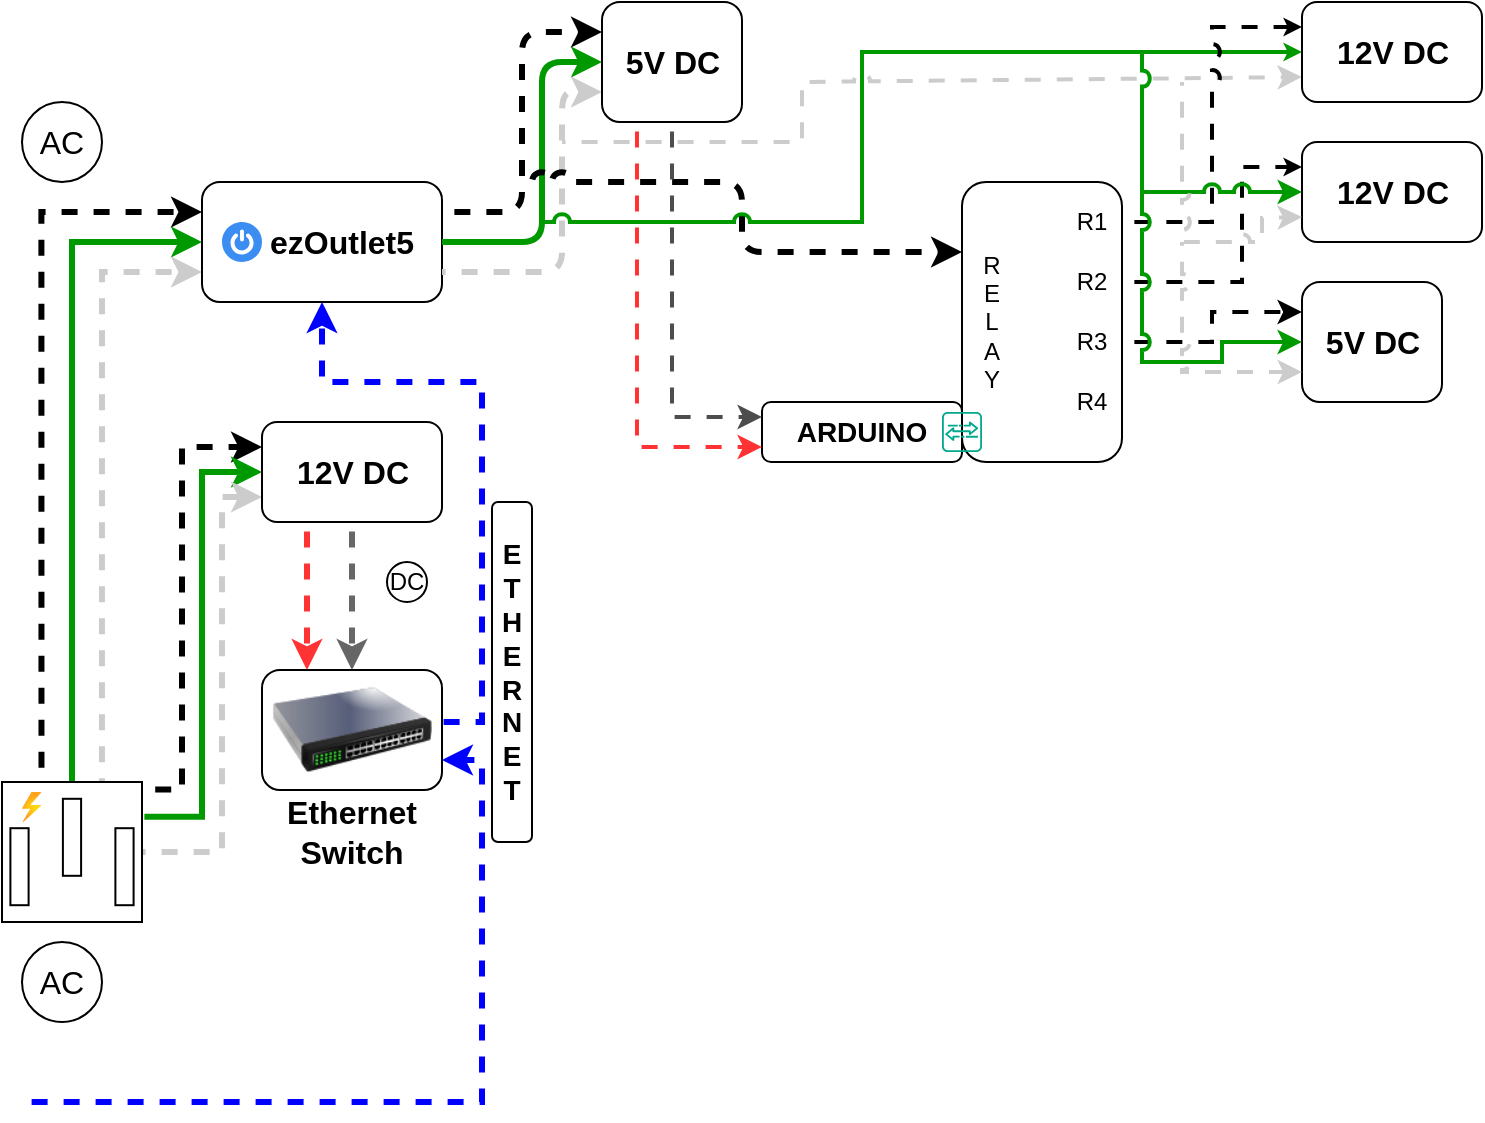
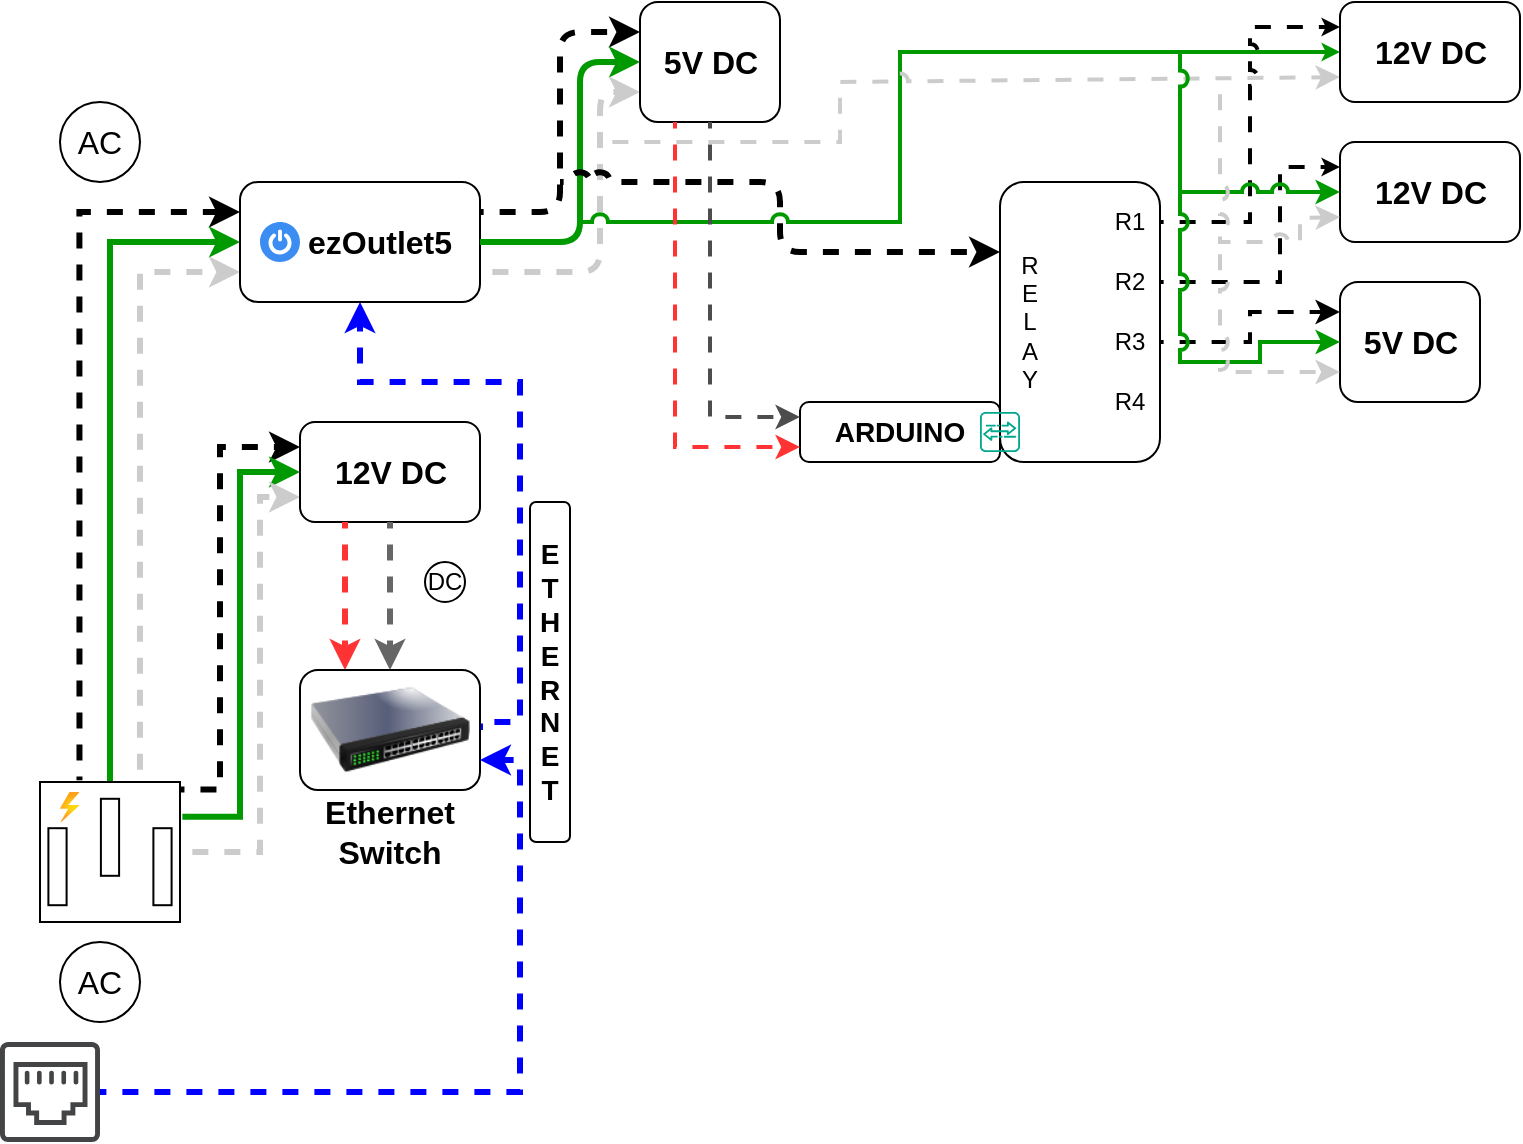
<mxfile host="app.diagrams.net" agent="Mozilla/5.0 (Windows NT 10.0; Win64; x64) AppleWebKit/537.36 (KHTML, like Gecko) Chrome/131.0.0.0 Safari/537.36 Edg/131.0.0.0" version="25.0.3">
  <diagram name="Page-1" id="VlRkN-xOVygPYa-iD9Ir">
-     <mxGraphModel dx="420" dy="263" grid="1" gridSize="10" guides="1" tooltips="1" connect="1" arrows="1" fold="1" page="1" pageScale="1" pageWidth="1600" pageHeight="900" background="none" math="0" shadow="0">
+     <mxGraphModel dx="292" dy="183" grid="1" gridSize="10" guides="1" tooltips="1" connect="1" arrows="1" fold="1" page="1" pageScale="1" pageWidth="1600" pageHeight="900" background="none" math="0" shadow="0">
      <root>
        <mxCell id="0" />
        <mxCell id="1" parent="0" />
        <mxCell id="JVLtuT8sySUBbFbLTn6r-3" style="edgeStyle=orthogonalEdgeStyle;rounded=0;orthogonalLoop=1;jettySize=auto;html=1;entryX=0;entryY=0.25;entryDx=0;entryDy=0;exitX=0.282;exitY=-0.013;exitDx=0;exitDy=0;exitPerimeter=0;strokeWidth=3;flowAnimation=1;flowAnimationDirection=alternate;flowAnimationTimingFunction=ease-in-out;flowAnimationDuration=1500;" parent="1" source="pD8juBFKP1GN8B8eYQTb-1" target="pD8juBFKP1GN8B8eYQTb-3" edge="1">
          <mxGeometry relative="1" as="geometry" />
        </mxCell>
        <mxCell id="JVLtuT8sySUBbFbLTn6r-4" style="edgeStyle=orthogonalEdgeStyle;rounded=0;orthogonalLoop=1;jettySize=auto;html=1;exitX=0.5;exitY=0;exitDx=0;exitDy=0;exitPerimeter=0;entryX=0;entryY=0.5;entryDx=0;entryDy=0;strokeColor=#009900;strokeWidth=3;" parent="1" source="pD8juBFKP1GN8B8eYQTb-1" target="pD8juBFKP1GN8B8eYQTb-3" edge="1">
          <mxGeometry relative="1" as="geometry" />
        </mxCell>
        <mxCell id="JVLtuT8sySUBbFbLTn6r-5" style="edgeStyle=orthogonalEdgeStyle;rounded=0;orthogonalLoop=1;jettySize=auto;html=1;entryX=0;entryY=0.75;entryDx=0;entryDy=0;exitX=0.714;exitY=0;exitDx=0;exitDy=0;exitPerimeter=0;strokeWidth=3;strokeColor=#CCCCCC;flowAnimation=1;flowAnimationDirection=alternate-reverse;flowAnimationTimingFunction=ease-in-out;flowAnimationDuration=1500;" parent="1" source="pD8juBFKP1GN8B8eYQTb-1" target="pD8juBFKP1GN8B8eYQTb-3" edge="1">
          <mxGeometry relative="1" as="geometry">
            <mxPoint x="120" y="320" as="targetPoint" />
          </mxGeometry>
        </mxCell>
        <mxCell id="JVLtuT8sySUBbFbLTn6r-6" style="edgeStyle=orthogonalEdgeStyle;rounded=0;orthogonalLoop=1;jettySize=auto;html=1;entryX=0;entryY=0.25;entryDx=0;entryDy=0;exitX=1.006;exitY=0.054;exitDx=0;exitDy=0;exitPerimeter=0;strokeWidth=3;flowAnimation=1;flowAnimationDirection=alternate;flowAnimationTimingFunction=ease-in-out;flowAnimationDuration=1500;" parent="1" source="pD8juBFKP1GN8B8eYQTb-1" target="pD8juBFKP1GN8B8eYQTb-24" edge="1">
          <mxGeometry relative="1" as="geometry">
            <Array as="points">
              <mxPoint x="120" y="404" />
              <mxPoint x="120" y="233" />
            </Array>
          </mxGeometry>
        </mxCell>
        <mxCell id="JVLtuT8sySUBbFbLTn6r-7" style="edgeStyle=orthogonalEdgeStyle;rounded=0;orthogonalLoop=1;jettySize=auto;html=1;entryX=0;entryY=0.5;entryDx=0;entryDy=0;exitX=1.017;exitY=0.249;exitDx=0;exitDy=0;exitPerimeter=0;strokeWidth=3;strokeColor=#009900;" parent="1" source="pD8juBFKP1GN8B8eYQTb-1" target="pD8juBFKP1GN8B8eYQTb-24" edge="1">
          <mxGeometry relative="1" as="geometry" />
        </mxCell>
        <mxCell id="JVLtuT8sySUBbFbLTn6r-8" style="edgeStyle=orthogonalEdgeStyle;rounded=0;orthogonalLoop=1;jettySize=auto;html=1;entryX=0;entryY=0.75;entryDx=0;entryDy=0;strokeColor=#CCCCCC;strokeWidth=3;flowAnimation=1;flowAnimationDirection=alternate-reverse;flowAnimationTimingFunction=ease-in-out;flowAnimationDuration=1500;" parent="1" source="pD8juBFKP1GN8B8eYQTb-1" target="pD8juBFKP1GN8B8eYQTb-24" edge="1">
          <mxGeometry relative="1" as="geometry">
            <Array as="points">
              <mxPoint x="140" y="435" />
              <mxPoint x="140" y="258" />
            </Array>
          </mxGeometry>
        </mxCell>
        <mxCell id="JVLtuT8sySUBbFbLTn6r-1" value="" style="group" parent="1" vertex="1" connectable="0">
          <mxGeometry x="30" y="480" width="60" height="40" as="geometry" />
        </mxCell>
        <mxCell id="pD8juBFKP1GN8B8eYQTb-22" value="AC" style="text;html=1;align=center;verticalAlign=middle;whiteSpace=wrap;rounded=0;fontSize=16;" parent="JVLtuT8sySUBbFbLTn6r-1" vertex="1">
          <mxGeometry y="5" width="60" height="30" as="geometry" />
        </mxCell>
        <mxCell id="pD8juBFKP1GN8B8eYQTb-23" value="" style="ellipse;whiteSpace=wrap;html=1;fillColor=none;" parent="JVLtuT8sySUBbFbLTn6r-1" vertex="1">
          <mxGeometry x="10" width="40" height="40" as="geometry" />
        </mxCell>
        <mxCell id="JVLtuT8sySUBbFbLTn6r-2" value="" style="group" parent="1" vertex="1" connectable="0">
          <mxGeometry x="30" y="60" width="60" height="40" as="geometry" />
        </mxCell>
        <mxCell id="pD8juBFKP1GN8B8eYQTb-9" value="" style="ellipse;whiteSpace=wrap;html=1;fillColor=none;" parent="JVLtuT8sySUBbFbLTn6r-2" vertex="1">
          <mxGeometry x="10" width="40" height="40" as="geometry" />
        </mxCell>
        <mxCell id="pD8juBFKP1GN8B8eYQTb-11" value="AC" style="text;html=1;align=center;verticalAlign=middle;whiteSpace=wrap;rounded=0;fontSize=16;" parent="JVLtuT8sySUBbFbLTn6r-2" vertex="1">
          <mxGeometry y="5" width="60" height="30" as="geometry" />
        </mxCell>
        <mxCell id="JVLtuT8sySUBbFbLTn6r-9" value="" style="group" parent="1" vertex="1" connectable="0">
          <mxGeometry x="130" y="100" width="120" height="60" as="geometry" />
        </mxCell>
        <mxCell id="JVLtuT8sySUBbFbLTn6r-16" value="" style="group" parent="JVLtuT8sySUBbFbLTn6r-9" vertex="1" connectable="0">
          <mxGeometry width="120" height="60" as="geometry" />
        </mxCell>
        <mxCell id="pD8juBFKP1GN8B8eYQTb-3" value="" style="rounded=1;whiteSpace=wrap;html=1;" parent="JVLtuT8sySUBbFbLTn6r-16" vertex="1">
          <mxGeometry width="120" height="60" as="geometry" />
        </mxCell>
        <mxCell id="JVLtuT8sySUBbFbLTn6r-13" value="" style="sketch=0;html=1;aspect=fixed;strokeColor=none;shadow=0;fillColor=#3B8DF1;verticalAlign=top;labelPosition=center;verticalLabelPosition=bottom;shape=mxgraph.gcp2.a7_power" parent="JVLtuT8sySUBbFbLTn6r-16" vertex="1">
          <mxGeometry x="10" y="20" width="20" height="20" as="geometry" />
        </mxCell>
        <mxCell id="pD8juBFKP1GN8B8eYQTb-15" value="&lt;b&gt;ezOutlet5&lt;/b&gt;" style="text;html=1;align=center;verticalAlign=middle;whiteSpace=wrap;rounded=0;fontSize=16;" parent="JVLtuT8sySUBbFbLTn6r-16" vertex="1">
          <mxGeometry x="40" y="10" width="60" height="40" as="geometry" />
        </mxCell>
        <mxCell id="JVLtuT8sySUBbFbLTn6r-11" value="" style="group" parent="1" vertex="1" connectable="0">
          <mxGeometry x="160" y="220" width="90" height="50" as="geometry" />
        </mxCell>
        <mxCell id="JVLtuT8sySUBbFbLTn6r-72" value="" style="group" parent="JVLtuT8sySUBbFbLTn6r-11" vertex="1" connectable="0">
          <mxGeometry width="90" height="50" as="geometry" />
        </mxCell>
        <mxCell id="pD8juBFKP1GN8B8eYQTb-24" value="" style="rounded=1;whiteSpace=wrap;html=1;" parent="JVLtuT8sySUBbFbLTn6r-72" vertex="1">
          <mxGeometry width="90" height="50" as="geometry" />
        </mxCell>
        <mxCell id="JVLtuT8sySUBbFbLTn6r-10" value="&lt;font style=&quot;font-size: 16px;&quot;&gt;&lt;b&gt;12V DC&lt;/b&gt;&lt;/font&gt;" style="text;html=1;align=center;verticalAlign=middle;whiteSpace=wrap;rounded=0;" parent="JVLtuT8sySUBbFbLTn6r-72" vertex="1">
          <mxGeometry x="15.75" y="10" width="58.5" height="30" as="geometry" />
        </mxCell>
        <mxCell id="JVLtuT8sySUBbFbLTn6r-18" value="" style="group" parent="1" vertex="1" connectable="0">
          <mxGeometry x="30" y="400" width="70" height="70" as="geometry" />
        </mxCell>
        <mxCell id="pD8juBFKP1GN8B8eYQTb-1" value="" style="pointerEvents=1;verticalLabelPosition=bottom;shadow=0;dashed=0;align=center;html=1;verticalAlign=top;shape=mxgraph.electrical.miscellaneous.ac_out" parent="JVLtuT8sySUBbFbLTn6r-18" vertex="1">
          <mxGeometry width="70" height="70" as="geometry" />
        </mxCell>
        <mxCell id="JVLtuT8sySUBbFbLTn6r-12" value="" style="image;aspect=fixed;html=1;points=[];align=center;fontSize=12;image=img/lib/azure2/general/Power.svg;" parent="JVLtuT8sySUBbFbLTn6r-18" vertex="1">
          <mxGeometry x="10" y="5" width="9.72" height="15" as="geometry" />
        </mxCell>
        <mxCell id="JVLtuT8sySUBbFbLTn6r-23" style="edgeStyle=orthogonalEdgeStyle;rounded=0;orthogonalLoop=1;jettySize=auto;html=1;entryX=0.25;entryY=0;entryDx=0;entryDy=0;exitX=0.25;exitY=1;exitDx=0;exitDy=0;strokeColor=#FF3333;strokeWidth=3;flowAnimation=1;" parent="1" source="pD8juBFKP1GN8B8eYQTb-24" target="JVLtuT8sySUBbFbLTn6r-19" edge="1">
          <mxGeometry relative="1" as="geometry" />
        </mxCell>
        <mxCell id="JVLtuT8sySUBbFbLTn6r-28" value="" style="group" parent="1" vertex="1" connectable="0">
          <mxGeometry x="220" y="290" width="25" height="20" as="geometry" />
        </mxCell>
        <mxCell id="JVLtuT8sySUBbFbLTn6r-26" value="" style="ellipse;whiteSpace=wrap;html=1;aspect=fixed;" parent="JVLtuT8sySUBbFbLTn6r-28" vertex="1">
          <mxGeometry x="2.5" width="20" height="20" as="geometry" />
        </mxCell>
        <mxCell id="JVLtuT8sySUBbFbLTn6r-27" value="&lt;font&gt;DC&lt;/font&gt;" style="text;html=1;align=center;verticalAlign=middle;whiteSpace=wrap;rounded=0;" parent="JVLtuT8sySUBbFbLTn6r-28" vertex="1">
          <mxGeometry y="2.5" width="25" height="15" as="geometry" />
        </mxCell>
        <mxCell id="JVLtuT8sySUBbFbLTn6r-29" style="edgeStyle=orthogonalEdgeStyle;rounded=0;orthogonalLoop=1;jettySize=auto;html=1;exitX=0.5;exitY=1;exitDx=0;exitDy=0;entryX=0.5;entryY=0;entryDx=0;entryDy=0;strokeWidth=3;flowAnimation=1;strokeColor=#666666;" parent="1" source="pD8juBFKP1GN8B8eYQTb-24" target="JVLtuT8sySUBbFbLTn6r-19" edge="1">
          <mxGeometry relative="1" as="geometry" />
        </mxCell>
        <mxCell id="JVLtuT8sySUBbFbLTn6r-30" style="edgeStyle=orthogonalEdgeStyle;rounded=0;orthogonalLoop=1;jettySize=auto;html=1;exitX=1;exitY=0.5;exitDx=0;exitDy=0;entryX=0.5;entryY=1;entryDx=0;entryDy=0;strokeColor=#0000FF;strokeWidth=3;flowAnimation=1;" parent="1" source="JVLtuT8sySUBbFbLTn6r-19" target="pD8juBFKP1GN8B8eYQTb-3" edge="1">
          <mxGeometry relative="1" as="geometry">
            <Array as="points">
              <mxPoint x="270" y="370" />
              <mxPoint x="270" y="200" />
              <mxPoint x="190" y="200" />
            </Array>
          </mxGeometry>
        </mxCell>
        <mxCell id="JVLtuT8sySUBbFbLTn6r-33" value="" style="rounded=1;whiteSpace=wrap;html=1;" parent="1" vertex="1">
          <mxGeometry x="510" y="100" width="80" height="140" as="geometry" />
        </mxCell>
        <mxCell id="JVLtuT8sySUBbFbLTn6r-35" style="edgeStyle=orthogonalEdgeStyle;rounded=1;orthogonalLoop=1;jettySize=auto;html=1;exitX=1;exitY=0.25;exitDx=0;exitDy=0;entryX=0;entryY=0.25;entryDx=0;entryDy=0;curved=0;strokeWidth=3;flowAnimation=1;flowAnimationDirection=alternate;flowAnimationTimingFunction=ease-in-out;flowAnimationDuration=1500;" parent="1" source="pD8juBFKP1GN8B8eYQTb-3" target="JVLtuT8sySUBbFbLTn6r-34" edge="1">
          <mxGeometry relative="1" as="geometry" />
        </mxCell>
        <mxCell id="JVLtuT8sySUBbFbLTn6r-36" style="edgeStyle=orthogonalEdgeStyle;rounded=1;orthogonalLoop=1;jettySize=auto;html=1;exitX=1;exitY=0.5;exitDx=0;exitDy=0;entryX=0;entryY=0.5;entryDx=0;entryDy=0;curved=0;strokeWidth=3;strokeColor=#009900;" parent="1" source="pD8juBFKP1GN8B8eYQTb-3" target="JVLtuT8sySUBbFbLTn6r-34" edge="1">
          <mxGeometry relative="1" as="geometry">
            <Array as="points">
              <mxPoint x="300" y="130" />
              <mxPoint x="300" y="40" />
            </Array>
          </mxGeometry>
        </mxCell>
        <mxCell id="JVLtuT8sySUBbFbLTn6r-37" style="edgeStyle=orthogonalEdgeStyle;rounded=1;orthogonalLoop=1;jettySize=auto;html=1;exitX=1;exitY=0.75;exitDx=0;exitDy=0;entryX=0;entryY=0.75;entryDx=0;entryDy=0;curved=0;strokeColor=#CCCCCC;strokeWidth=3;flowAnimation=1;flowAnimationDirection=alternate-reverse;flowAnimationTimingFunction=ease-in-out;flowAnimationDuration=1500;" parent="1" source="pD8juBFKP1GN8B8eYQTb-3" target="JVLtuT8sySUBbFbLTn6r-34" edge="1">
          <mxGeometry relative="1" as="geometry">
            <Array as="points">
              <mxPoint x="310" y="145" />
              <mxPoint x="310" y="55" />
            </Array>
          </mxGeometry>
        </mxCell>
        <mxCell id="JVLtuT8sySUBbFbLTn6r-40" value="" style="endArrow=classic;html=1;rounded=1;curved=0;entryX=0;entryY=0.25;entryDx=0;entryDy=0;jumpStyle=arc;strokeWidth=3;flowAnimation=1;flowAnimationDirection=alternate;flowAnimationTimingFunction=ease-in-out;flowAnimationDuration=1500;" parent="1" target="JVLtuT8sySUBbFbLTn6r-33" edge="1">
          <mxGeometry width="50" height="50" relative="1" as="geometry">
            <mxPoint x="290" y="100" as="sourcePoint" />
            <mxPoint x="410" y="170" as="targetPoint" />
            <Array as="points">
              <mxPoint x="400" y="100" />
              <mxPoint x="400" y="135" />
            </Array>
          </mxGeometry>
        </mxCell>
        <mxCell id="JVLtuT8sySUBbFbLTn6r-51" value="" style="group" parent="1" vertex="1" connectable="0">
          <mxGeometry x="160" y="344" width="90" height="96" as="geometry" />
        </mxCell>
        <mxCell id="JVLtuT8sySUBbFbLTn6r-21" value="" style="group" parent="JVLtuT8sySUBbFbLTn6r-51" vertex="1" connectable="0">
          <mxGeometry width="90" height="70" as="geometry" />
        </mxCell>
        <mxCell id="JVLtuT8sySUBbFbLTn6r-50" value="" style="group" parent="JVLtuT8sySUBbFbLTn6r-21" vertex="1" connectable="0">
          <mxGeometry width="90" height="70" as="geometry" />
        </mxCell>
        <mxCell id="JVLtuT8sySUBbFbLTn6r-19" value="" style="rounded=1;whiteSpace=wrap;html=1;" parent="JVLtuT8sySUBbFbLTn6r-50" vertex="1">
          <mxGeometry width="90" height="60" as="geometry" />
        </mxCell>
        <mxCell id="JVLtuT8sySUBbFbLTn6r-49" value="" style="image;html=1;image=img/lib/clip_art/networking/Switch_128x128.png" parent="JVLtuT8sySUBbFbLTn6r-50" vertex="1">
          <mxGeometry x="5" y="-10" width="80" height="80" as="geometry" />
        </mxCell>
        <mxCell id="JVLtuT8sySUBbFbLTn6r-20" value="&lt;b&gt;&lt;font style=&quot;font-size: 16px;&quot;&gt;Ethernet&lt;/font&gt;&lt;/b&gt;&lt;div&gt;&lt;b&gt;&lt;font style=&quot;font-size: 16px;&quot;&gt;Switch&lt;/font&gt;&lt;/b&gt;&lt;/div&gt;" style="text;html=1;align=center;verticalAlign=middle;whiteSpace=wrap;rounded=0;" parent="JVLtuT8sySUBbFbLTn6r-51" vertex="1">
          <mxGeometry x="15" y="66" width="60" height="30" as="geometry" />
        </mxCell>
        <mxCell id="JVLtuT8sySUBbFbLTn6r-53" value="" style="group" parent="1" vertex="1" connectable="0">
          <mxGeometry x="330" y="10" width="70" height="60" as="geometry" />
        </mxCell>
        <mxCell id="JVLtuT8sySUBbFbLTn6r-71" value="" style="group" parent="JVLtuT8sySUBbFbLTn6r-53" vertex="1" connectable="0">
          <mxGeometry width="70" height="60" as="geometry" />
        </mxCell>
        <mxCell id="JVLtuT8sySUBbFbLTn6r-34" value="" style="rounded=1;whiteSpace=wrap;html=1;" parent="JVLtuT8sySUBbFbLTn6r-71" vertex="1">
          <mxGeometry width="70" height="60" as="geometry" />
        </mxCell>
        <mxCell id="JVLtuT8sySUBbFbLTn6r-52" value="&lt;font style=&quot;font-size: 16px;&quot;&gt;&lt;b&gt;5&lt;/b&gt;&lt;/font&gt;&lt;b style=&quot;font-size: 16px; background-color: initial;&quot;&gt;V DC&lt;/b&gt;" style="text;html=1;align=center;verticalAlign=middle;whiteSpace=wrap;rounded=0;" parent="JVLtuT8sySUBbFbLTn6r-71" vertex="1">
          <mxGeometry x="5.75" y="15" width="58.5" height="30" as="geometry" />
        </mxCell>
        <mxCell id="JVLtuT8sySUBbFbLTn6r-54" value="" style="endArrow=classic;html=1;rounded=0;entryX=0;entryY=0.5;entryDx=0;entryDy=0;jumpStyle=arc;strokeColor=#009900;strokeWidth=2;endSize=3;" parent="1" target="JVLtuT8sySUBbFbLTn6r-74" edge="1">
          <mxGeometry width="50" height="50" relative="1" as="geometry">
            <mxPoint x="300" y="120" as="sourcePoint" />
            <mxPoint x="350" y="80" as="targetPoint" />
            <Array as="points">
              <mxPoint x="460" y="120" />
              <mxPoint x="460" y="35" />
            </Array>
          </mxGeometry>
        </mxCell>
        <mxCell id="JVLtuT8sySUBbFbLTn6r-55" value="" style="endArrow=classic;html=1;rounded=0;entryX=0;entryY=0.75;entryDx=0;entryDy=0;strokeColor=#CCCCCC;strokeWidth=2;jumpStyle=arc;flowAnimation=1;flowAnimationDirection=alternate-reverse;flowAnimationTimingFunction=ease-in-out;flowAnimationDuration=1500;" parent="1" target="JVLtuT8sySUBbFbLTn6r-74" edge="1">
          <mxGeometry width="50" height="50" relative="1" as="geometry">
            <mxPoint x="310" y="80" as="sourcePoint" />
            <mxPoint x="350" y="140" as="targetPoint" />
            <Array as="points">
              <mxPoint x="430" y="80" />
              <mxPoint x="430" y="50" />
              <mxPoint x="520" y="50" />
            </Array>
          </mxGeometry>
        </mxCell>
        <mxCell id="JVLtuT8sySUBbFbLTn6r-56" value="R&lt;div&gt;E&lt;/div&gt;&lt;div&gt;L&lt;/div&gt;&lt;div&gt;A&lt;/div&gt;&lt;div&gt;Y&lt;/div&gt;" style="text;html=1;align=center;verticalAlign=middle;whiteSpace=wrap;rounded=0;" parent="1" vertex="1">
          <mxGeometry x="510" y="135" width="30" height="70" as="geometry" />
        </mxCell>
        <mxCell id="JVLtuT8sySUBbFbLTn6r-79" style="edgeStyle=orthogonalEdgeStyle;rounded=0;orthogonalLoop=1;jettySize=auto;html=1;exitX=1;exitY=0.5;exitDx=0;exitDy=0;entryX=0;entryY=0.25;entryDx=0;entryDy=0;strokeWidth=2;flowAnimation=1;flowAnimationDirection=alternate;flowAnimationTimingFunction=ease-in-out;flowAnimationDuration=1500;jumpStyle=arc;endSize=3;" parent="1" source="JVLtuT8sySUBbFbLTn6r-57" target="JVLtuT8sySUBbFbLTn6r-74" edge="1">
          <mxGeometry relative="1" as="geometry" />
        </mxCell>
        <mxCell id="JVLtuT8sySUBbFbLTn6r-57" value="R1" style="text;html=1;align=center;verticalAlign=middle;whiteSpace=wrap;rounded=0;" parent="1" vertex="1">
          <mxGeometry x="560" y="105" width="30" height="30" as="geometry" />
        </mxCell>
        <mxCell id="JVLtuT8sySUBbFbLTn6r-80" style="edgeStyle=orthogonalEdgeStyle;rounded=0;orthogonalLoop=1;jettySize=auto;html=1;exitX=1;exitY=0.5;exitDx=0;exitDy=0;entryX=0;entryY=0.25;entryDx=0;entryDy=0;strokeWidth=2;flowAnimation=1;flowAnimationDirection=alternate;flowAnimationTimingFunction=ease-in-out;flowAnimationDuration=1500;endSize=3;jumpStyle=arc;" parent="1" source="JVLtuT8sySUBbFbLTn6r-58" target="JVLtuT8sySUBbFbLTn6r-77" edge="1">
          <mxGeometry relative="1" as="geometry">
            <Array as="points">
              <mxPoint x="650" y="150" />
              <mxPoint x="650" y="93" />
            </Array>
          </mxGeometry>
        </mxCell>
        <mxCell id="JVLtuT8sySUBbFbLTn6r-58" value="R2" style="text;html=1;align=center;verticalAlign=middle;whiteSpace=wrap;rounded=0;" parent="1" vertex="1">
          <mxGeometry x="560" y="135" width="30" height="30" as="geometry" />
        </mxCell>
        <mxCell id="JVLtuT8sySUBbFbLTn6r-81" style="edgeStyle=orthogonalEdgeStyle;rounded=0;orthogonalLoop=1;jettySize=auto;html=1;exitX=1;exitY=0.5;exitDx=0;exitDy=0;entryX=0;entryY=0.25;entryDx=0;entryDy=0;strokeWidth=2;flowAnimation=1;flowAnimationDirection=alternate;flowAnimationTimingFunction=ease-in-out;flowAnimationDuration=1500;jumpStyle=arc;" parent="1" source="JVLtuT8sySUBbFbLTn6r-59" target="JVLtuT8sySUBbFbLTn6r-63" edge="1">
          <mxGeometry relative="1" as="geometry" />
        </mxCell>
        <mxCell id="JVLtuT8sySUBbFbLTn6r-59" value="R3" style="text;html=1;align=center;verticalAlign=middle;whiteSpace=wrap;rounded=0;" parent="1" vertex="1">
          <mxGeometry x="560" y="165" width="30" height="30" as="geometry" />
        </mxCell>
        <mxCell id="JVLtuT8sySUBbFbLTn6r-60" value="R4" style="text;html=1;align=center;verticalAlign=middle;whiteSpace=wrap;rounded=0;" parent="1" vertex="1">
          <mxGeometry x="560" y="195" width="30" height="30" as="geometry" />
        </mxCell>
        <mxCell id="JVLtuT8sySUBbFbLTn6r-67" value="" style="group" parent="1" vertex="1" connectable="0">
          <mxGeometry x="680" y="150" width="70" height="60" as="geometry" />
        </mxCell>
        <mxCell id="JVLtuT8sySUBbFbLTn6r-63" value="" style="rounded=1;whiteSpace=wrap;html=1;" parent="JVLtuT8sySUBbFbLTn6r-67" vertex="1">
          <mxGeometry width="70" height="60" as="geometry" />
        </mxCell>
        <mxCell id="JVLtuT8sySUBbFbLTn6r-62" value="" style="group" parent="JVLtuT8sySUBbFbLTn6r-67" vertex="1" connectable="0">
          <mxGeometry width="70" height="60" as="geometry" />
        </mxCell>
        <mxCell id="JVLtuT8sySUBbFbLTn6r-64" value="&lt;font style=&quot;font-size: 16px;&quot;&gt;&lt;b&gt;5&lt;/b&gt;&lt;/font&gt;&lt;b style=&quot;font-size: 16px; background-color: initial;&quot;&gt;V DC&lt;/b&gt;" style="text;html=1;align=center;verticalAlign=middle;whiteSpace=wrap;rounded=0;" parent="JVLtuT8sySUBbFbLTn6r-62" vertex="1">
          <mxGeometry x="5.75" y="15" width="58.5" height="30" as="geometry" />
        </mxCell>
        <mxCell id="JVLtuT8sySUBbFbLTn6r-73" value="" style="group" parent="1" vertex="1" connectable="0">
          <mxGeometry x="680" y="10" width="90" height="50" as="geometry" />
        </mxCell>
        <mxCell id="JVLtuT8sySUBbFbLTn6r-74" value="" style="rounded=1;whiteSpace=wrap;html=1;" parent="JVLtuT8sySUBbFbLTn6r-73" vertex="1">
          <mxGeometry width="90" height="50" as="geometry" />
        </mxCell>
        <mxCell id="JVLtuT8sySUBbFbLTn6r-75" value="&lt;font style=&quot;font-size: 16px;&quot;&gt;&lt;b&gt;12V DC&lt;/b&gt;&lt;/font&gt;" style="text;html=1;align=center;verticalAlign=middle;whiteSpace=wrap;rounded=0;" parent="JVLtuT8sySUBbFbLTn6r-73" vertex="1">
          <mxGeometry x="15.75" y="10" width="58.5" height="30" as="geometry" />
        </mxCell>
        <mxCell id="JVLtuT8sySUBbFbLTn6r-76" value="" style="group" parent="1" vertex="1" connectable="0">
          <mxGeometry x="680" y="80" width="90" height="50" as="geometry" />
        </mxCell>
        <mxCell id="JVLtuT8sySUBbFbLTn6r-77" value="" style="rounded=1;whiteSpace=wrap;html=1;" parent="JVLtuT8sySUBbFbLTn6r-76" vertex="1">
          <mxGeometry width="90" height="50" as="geometry" />
        </mxCell>
        <mxCell id="JVLtuT8sySUBbFbLTn6r-78" value="&lt;font style=&quot;font-size: 16px;&quot;&gt;&lt;b&gt;12V DC&lt;/b&gt;&lt;/font&gt;" style="text;html=1;align=center;verticalAlign=middle;whiteSpace=wrap;rounded=0;" parent="JVLtuT8sySUBbFbLTn6r-76" vertex="1">
          <mxGeometry x="15.75" y="10" width="58.5" height="30" as="geometry" />
        </mxCell>
        <mxCell id="JVLtuT8sySUBbFbLTn6r-82" value="" style="endArrow=classic;html=1;rounded=0;entryX=0;entryY=0.5;entryDx=0;entryDy=0;jumpStyle=arc;strokeColor=#009900;strokeWidth=2;" parent="1" target="JVLtuT8sySUBbFbLTn6r-77" edge="1">
          <mxGeometry width="50" height="50" relative="1" as="geometry">
            <mxPoint x="600" y="35" as="sourcePoint" />
            <mxPoint x="660" y="105" as="targetPoint" />
            <Array as="points">
              <mxPoint x="600" y="105" />
            </Array>
          </mxGeometry>
        </mxCell>
        <mxCell id="JVLtuT8sySUBbFbLTn6r-83" value="" style="endArrow=classic;html=1;rounded=0;entryX=0;entryY=0.75;entryDx=0;entryDy=0;strokeWidth=2;strokeColor=#CCCCCC;flowAnimation=1;flowAnimationTimingFunction=ease-in-out;flowAnimationDirection=alternate-reverse;jumpStyle=arc;flowAnimationDuration=1500;" parent="1" target="JVLtuT8sySUBbFbLTn6r-77" edge="1">
          <mxGeometry width="50" height="50" relative="1" as="geometry">
            <mxPoint x="620" y="50" as="sourcePoint" />
            <mxPoint x="480" y="40" as="targetPoint" />
            <Array as="points">
              <mxPoint x="620" y="130" />
              <mxPoint x="660" y="130" />
              <mxPoint x="660" y="118" />
            </Array>
          </mxGeometry>
        </mxCell>
        <mxCell id="JVLtuT8sySUBbFbLTn6r-88" value="" style="endArrow=classic;html=1;rounded=0;entryX=0;entryY=0.5;entryDx=0;entryDy=0;strokeColor=#009900;strokeWidth=2;jumpStyle=arc;" parent="1" target="JVLtuT8sySUBbFbLTn6r-63" edge="1">
          <mxGeometry width="50" height="50" relative="1" as="geometry">
            <mxPoint x="600" y="100" as="sourcePoint" />
            <mxPoint x="600" y="140" as="targetPoint" />
            <Array as="points">
              <mxPoint x="600" y="190" />
              <mxPoint x="640" y="190" />
              <mxPoint x="640" y="180" />
            </Array>
          </mxGeometry>
        </mxCell>
        <mxCell id="JVLtuT8sySUBbFbLTn6r-89" value="" style="endArrow=classic;html=1;rounded=0;entryX=0;entryY=0.75;entryDx=0;entryDy=0;strokeWidth=2;strokeColor=#CCCCCC;flowAnimation=1;jumpStyle=arc;flowAnimationTimingFunction=ease-in-out;flowAnimationDirection=alternate-reverse;flowAnimationDuration=1500;" parent="1" target="JVLtuT8sySUBbFbLTn6r-63" edge="1">
          <mxGeometry width="50" height="50" relative="1" as="geometry">
            <mxPoint x="620" y="130" as="sourcePoint" />
            <mxPoint x="600" y="100" as="targetPoint" />
            <Array as="points">
              <mxPoint x="620" y="195" />
            </Array>
          </mxGeometry>
        </mxCell>
        <mxCell id="JVLtuT8sySUBbFbLTn6r-90" value="&lt;b&gt;&lt;font style=&quot;font-size: 14px;&quot;&gt;ARDUINO&lt;/font&gt;&lt;/b&gt;" style="rounded=1;whiteSpace=wrap;html=1;" parent="1" vertex="1">
          <mxGeometry x="410" y="210" width="100" height="30" as="geometry" />
        </mxCell>
        <mxCell id="JVLtuT8sySUBbFbLTn6r-91" style="edgeStyle=orthogonalEdgeStyle;rounded=0;orthogonalLoop=1;jettySize=auto;html=1;exitX=0.25;exitY=1;exitDx=0;exitDy=0;entryX=0;entryY=0.75;entryDx=0;entryDy=0;strokeWidth=2;flowAnimation=1;strokeColor=#FF3333;" parent="1" source="JVLtuT8sySUBbFbLTn6r-34" target="JVLtuT8sySUBbFbLTn6r-90" edge="1">
          <mxGeometry relative="1" as="geometry" />
        </mxCell>
        <mxCell id="JVLtuT8sySUBbFbLTn6r-92" style="edgeStyle=orthogonalEdgeStyle;rounded=0;orthogonalLoop=1;jettySize=auto;html=1;exitX=0.5;exitY=1;exitDx=0;exitDy=0;entryX=0;entryY=0.25;entryDx=0;entryDy=0;strokeWidth=2;flowAnimation=1;strokeColor=#4D4D4D;" parent="1" source="JVLtuT8sySUBbFbLTn6r-34" target="JVLtuT8sySUBbFbLTn6r-90" edge="1">
          <mxGeometry relative="1" as="geometry" />
        </mxCell>
        <mxCell id="JVLtuT8sySUBbFbLTn6r-93" value="" style="sketch=0;outlineConnect=0;fontColor=#232F3E;gradientColor=none;fillColor=#01A88D;strokeColor=none;dashed=0;verticalLabelPosition=bottom;verticalAlign=top;align=center;html=1;fontSize=12;fontStyle=0;aspect=fixed;shape=mxgraph.aws4.agent2;" parent="1" vertex="1">
          <mxGeometry x="500" y="215" width="20" height="20" as="geometry" />
        </mxCell>
-         <mxCell id="0aRQkGjj-KWWZOeJOGup-1" value="" style="endArrow=classic;html=1;rounded=0;entryX=1;entryY=0.75;entryDx=0;entryDy=0;strokeWidth=3;strokeColor=#0000FF;flowAnimation=1;" edge="1" parent="1" target="JVLtuT8sySUBbFbLTn6r-19">
+         <mxCell id="0aRQkGjj-KWWZOeJOGup-1" value="" style="endArrow=classic;html=1;rounded=0;entryX=1;entryY=0.75;entryDx=0;entryDy=0;strokeWidth=3;strokeColor=#0000FF;flowAnimation=1;" edge="1" parent="1" source="0aRQkGjj-KWWZOeJOGup-3" target="JVLtuT8sySUBbFbLTn6r-19">
          <mxGeometry width="50" height="50" relative="1" as="geometry">
            <mxPoint x="40" y="560" as="sourcePoint" />
            <mxPoint x="560" y="420" as="targetPoint" />
            <Array as="points">
-               <mxPoint x="270" y="560" />
+               <mxPoint x="270" y="555" />
              <mxPoint x="270" y="389" />
            </Array>
          </mxGeometry>
        </mxCell>
        <mxCell id="0aRQkGjj-KWWZOeJOGup-2" value="" style="group" vertex="1" connectable="0" parent="1">
          <mxGeometry x="270" y="260" width="30" height="170" as="geometry" />
        </mxCell>
        <mxCell id="JVLtuT8sySUBbFbLTn6r-31" value="" style="rounded=1;whiteSpace=wrap;html=1;" parent="0aRQkGjj-KWWZOeJOGup-2" vertex="1">
          <mxGeometry x="5" width="20" height="170" as="geometry" />
        </mxCell>
        <mxCell id="JVLtuT8sySUBbFbLTn6r-32" value="&lt;b&gt;&lt;font style=&quot;font-size: 14px;&quot;&gt;E&lt;/font&gt;&lt;/b&gt;&lt;div&gt;&lt;b&gt;&lt;font style=&quot;font-size: 14px;&quot;&gt;T&lt;/font&gt;&lt;/b&gt;&lt;/div&gt;&lt;div&gt;&lt;b&gt;&lt;font style=&quot;font-size: 14px;&quot;&gt;H&lt;/font&gt;&lt;/b&gt;&lt;/div&gt;&lt;div&gt;&lt;b&gt;&lt;font style=&quot;font-size: 14px;&quot;&gt;E&lt;/font&gt;&lt;/b&gt;&lt;/div&gt;&lt;div&gt;&lt;b&gt;&lt;font style=&quot;font-size: 14px;&quot;&gt;R&lt;/font&gt;&lt;/b&gt;&lt;/div&gt;&lt;div&gt;&lt;b&gt;&lt;font style=&quot;font-size: 14px;&quot;&gt;N&lt;/font&gt;&lt;/b&gt;&lt;/div&gt;&lt;div&gt;&lt;b&gt;&lt;font style=&quot;font-size: 14px;&quot;&gt;E&lt;/font&gt;&lt;/b&gt;&lt;/div&gt;&lt;div&gt;&lt;b&gt;&lt;font style=&quot;font-size: 14px;&quot;&gt;T&lt;/font&gt;&lt;/b&gt;&lt;/div&gt;" style="text;html=1;align=center;verticalAlign=middle;whiteSpace=wrap;rounded=0;" parent="0aRQkGjj-KWWZOeJOGup-2" vertex="1">
          <mxGeometry y="10" width="30" height="150" as="geometry" />
+         </mxCell>
+         <mxCell id="0aRQkGjj-KWWZOeJOGup-3" value="" style="sketch=0;pointerEvents=1;shadow=0;dashed=0;html=1;strokeColor=none;fillColor=#434445;aspect=fixed;labelPosition=center;verticalLabelPosition=bottom;verticalAlign=top;align=center;outlineConnect=0;shape=mxgraph.vvd.ethernet_port;" vertex="1" parent="1">
+           <mxGeometry x="10" y="530" width="50" height="50" as="geometry" />
        </mxCell>
      </root>
    </mxGraphModel>
  </diagram>
</mxfile>
